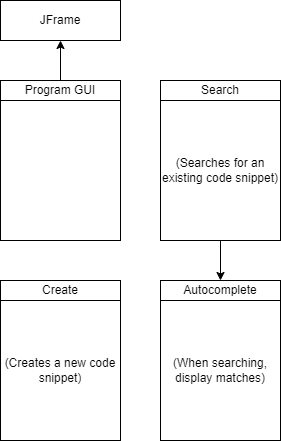
Earlier version of the draw.io export uml_diagram.dio.png (MegacWasTaken/MegacWasTaken-project3). Source tidied: cells renumbered, new cells last; positions are measured from the earlier drawing's top-left corner, leaving out a move shared by most shapes.
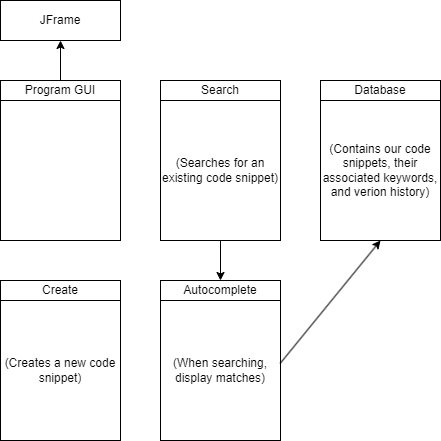
After the commit.

Change to the diagram source:
```diff
@@ -35,5 +35,14 @@
     <mxCell id="12" value="JFrame" style="rounded=0;whiteSpace=wrap;html=1;" parent="1" vertex="1">
       <mxGeometry width="120" height="40" as="geometry" />
     </mxCell>
+    <mxCell id="13" value="Database" style="rounded=0;whiteSpace=wrap;html=1;" parent="1" vertex="1">
+      <mxGeometry x="320" y="80" width="120" height="20" as="geometry" />
+    </mxCell>
+    <mxCell id="14" style="edgeStyle=none;html=1;exitX=0.997;exitY=0.45;exitDx=0;exitDy=0;entryX=0.5;entryY=1;entryDx=0;entryDy=0;exitPerimeter=0;" parent="1" edge="1" source="11" target="15">
+      <mxGeometry relative="1" as="geometry" />
+    </mxCell>
+    <mxCell id="15" value="(Contains our code snippets, their associated keywords, and verion history)" style="rounded=0;whiteSpace=wrap;html=1;" parent="1" vertex="1">
+      <mxGeometry x="320" y="100" width="120" height="140" as="geometry" />
+    </mxCell>
   </root>
 </mxGraphModel>
```
